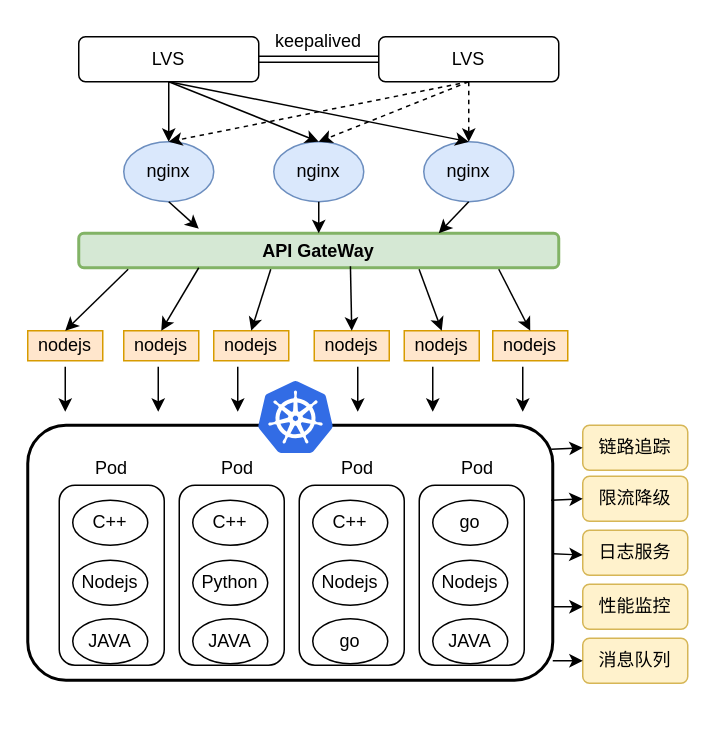
Earlier version of the draw.io diagram 网络.drawio (tong3jie/islogin). Source tidied: cells renumbered, new cells numbered last; positions are measured from the earlier drawing's top-left corner, leaving out a move shared by most shapes. Both pictures are drawn from the tidied source at 150%, with x=0, y=0 at pixel (27, 26).
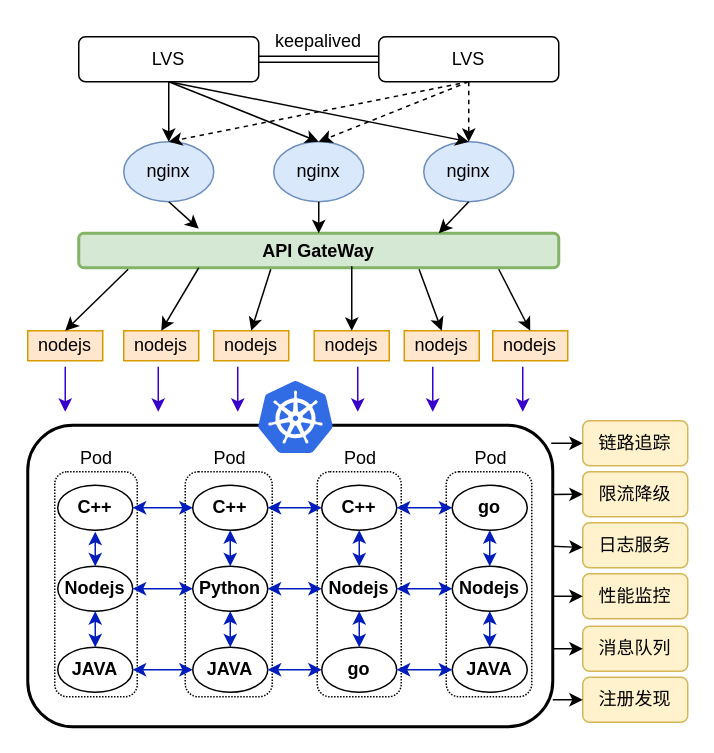
The same diagram, later.

Unchanged cells that the change refers to:
```xml
<mxCell id="12" value="nodejs" style="rounded=0;whiteSpace=wrap;html=1;fillColor=#ffe6cc;strokeColor=#d79b00;" parent="1" vertex="1">
  <mxGeometry x="191" y="203" width="50" height="20" as="geometry" />
</mxCell>
<mxCell id="48" value="&lt;b&gt;API GateWay&lt;/b&gt;" style="rounded=1;whiteSpace=wrap;html=1;strokeWidth=2;fillColor=#d5e8d4;strokeColor=#82b366;" parent="1" vertex="1">
  <mxGeometry x="34" y="138" width="320" height="23" as="geometry" />
</mxCell>
```

Change to the diagram source:
```diff
@@
     <mxCell id="21" style="rounded=1;whiteSpace=wrap;html=1;strokeWidth=2;" parent="1" vertex="1">
-      <mxGeometry y="266" width="350" height="170" as="geometry" />
+      <mxGeometry y="266" width="350" height="201" as="geometry" />
     </mxCell>
@@
     <mxCell id="23" value="链路追踪" style="rounded=1;whiteSpace=wrap;html=1;fillColor=#fff2cc;strokeColor=#d6b656;" parent="1" vertex="1">
-      <mxGeometry x="370" y="266" width="70" height="30" as="geometry" />
+      <mxGeometry x="370" y="263" width="70" height="30" as="geometry" />
     </mxCell>
     <mxCell id="24" value="限流降级" style="rounded=1;whiteSpace=wrap;html=1;fillColor=#fff2cc;strokeColor=#d6b656;" parent="1" vertex="1">
-      <mxGeometry x="370" y="300" width="70" height="30" as="geometry" />
+      <mxGeometry x="370" y="297" width="70" height="30" as="geometry" />
     </mxCell>
     <mxCell id="25" value="日志服务" style="rounded=1;whiteSpace=wrap;html=1;fillColor=#fff2cc;strokeColor=#d6b656;" parent="1" vertex="1">
-      <mxGeometry x="370" y="336" width="70" height="30" as="geometry" />
+      <mxGeometry x="370" y="331" width="70" height="30" as="geometry" />
     </mxCell>
     <mxCell id="26" value="性能监控" style="rounded=1;whiteSpace=wrap;html=1;fillColor=#fff2cc;strokeColor=#d6b656;" parent="1" vertex="1">
-      <mxGeometry x="370" y="372" width="70" height="30" as="geometry" />
+      <mxGeometry x="370" y="365" width="70" height="30" as="geometry" />
     </mxCell>
     <mxCell id="27" value="消息队列" style="rounded=1;whiteSpace=wrap;html=1;fillColor=#fff2cc;strokeColor=#d6b656;" parent="1" vertex="1">
-      <mxGeometry x="370" y="408" width="70" height="30" as="geometry" />
+      <mxGeometry x="370" y="400" width="70" height="30" as="geometry" />
     </mxCell>
-    <mxCell id="28" style="rounded=1;whiteSpace=wrap;html=1;" parent="1" vertex="1">
-      <mxGeometry x="21" y="306" width="70" height="120" as="geometry" />
+    <mxCell id="28" style="rounded=1;whiteSpace=wrap;html=1;dashed=1;dashPattern=1 1;" parent="1" vertex="1">
+      <mxGeometry x="18" y="297" width="55" height="150" as="geometry" />
     </mxCell>
-    <mxCell id="29" style="rounded=1;whiteSpace=wrap;html=1;" parent="1" vertex="1">
-      <mxGeometry x="101" y="306" width="70" height="120" as="geometry" />
+    <mxCell id="29" style="rounded=1;whiteSpace=wrap;html=1;dashed=1;dashPattern=1 1;" parent="1" vertex="1">
+      <mxGeometry x="105" y="297" width="58" height="150" as="geometry" />
     </mxCell>
-    <mxCell id="30" style="rounded=1;whiteSpace=wrap;html=1;" parent="1" vertex="1">
-      <mxGeometry x="181" y="306" width="70" height="120" as="geometry" />
+    <mxCell id="30" style="rounded=1;whiteSpace=wrap;html=1;dashed=1;dashPattern=1 1;" parent="1" vertex="1">
+      <mxGeometry x="193" y="297" width="56" height="150" as="geometry" />
     </mxCell>
-    <mxCell id="31" style="rounded=1;whiteSpace=wrap;html=1;" parent="1" vertex="1">
-      <mxGeometry x="261" y="306" width="70" height="120" as="geometry" />
+    <mxCell id="31" style="rounded=1;whiteSpace=wrap;html=1;dashed=1;dashPattern=1 1;" parent="1" vertex="1">
+      <mxGeometry x="279" y="297" width="57" height="150" as="geometry" />
     </mxCell>
     <mxCell id="32" value="Pod" style="text;html=1;strokeColor=none;fillColor=none;align=center;verticalAlign=middle;whiteSpace=wrap;rounded=0;" parent="1" vertex="1">
-      <mxGeometry x="36" y="285" width="40" height="20" as="geometry" />
+      <mxGeometry x="26" y="278" width="40" height="20" as="geometry" />
     </mxCell>
     <mxCell id="33" value="Pod" style="text;html=1;strokeColor=none;fillColor=none;align=center;verticalAlign=middle;whiteSpace=wrap;rounded=0;" parent="1" vertex="1">
-      <mxGeometry x="120" y="285" width="40" height="20" as="geometry" />
+      <mxGeometry x="115" y="278" width="40" height="20" as="geometry" />
     </mxCell>
     <mxCell id="34" value="Pod" style="text;html=1;strokeColor=none;fillColor=none;align=center;verticalAlign=middle;whiteSpace=wrap;rounded=0;" parent="1" vertex="1">
-      <mxGeometry x="200" y="285" width="40" height="20" as="geometry" />
+      <mxGeometry x="202" y="278" width="40" height="20" as="geometry" />
     </mxCell>
     <mxCell id="35" value="Pod" style="text;html=1;strokeColor=none;fillColor=none;align=center;verticalAlign=middle;whiteSpace=wrap;rounded=0;" parent="1" vertex="1">
-      <mxGeometry x="280" y="285" width="40" height="20" as="geometry" />
+      <mxGeometry x="289" y="278" width="40" height="20" as="geometry" />
     </mxCell>
-    <mxCell id="36" value="C++" style="ellipse;whiteSpace=wrap;html=1;" parent="1" vertex="1">
-      <mxGeometry x="30" y="316" width="50" height="30" as="geometry" />
+    <mxCell id="36" value="C++" style="ellipse;whiteSpace=wrap;html=1;fontStyle=1;" parent="1" vertex="1">
+      <mxGeometry x="20" y="306" width="50" height="30" as="geometry" />
     </mxCell>
-    <mxCell id="37" value="Nodejs" style="ellipse;whiteSpace=wrap;html=1;" parent="1" vertex="1">
-      <mxGeometry x="30" y="356" width="50" height="30" as="geometry" />
+    <mxCell id="37" value="Nodejs" style="ellipse;whiteSpace=wrap;html=1;fontStyle=1;" parent="1" vertex="1">
+      <mxGeometry x="20" y="360" width="50" height="30" as="geometry" />
     </mxCell>
-    <mxCell id="38" value="JAVA" style="ellipse;whiteSpace=wrap;html=1;" parent="1" vertex="1">
-      <mxGeometry x="30" y="395" width="50" height="30" as="geometry" />
+    <mxCell id="38" value="JAVA" style="ellipse;whiteSpace=wrap;html=1;fontStyle=1;" parent="1" vertex="1">
+      <mxGeometry x="20" y="414" width="50" height="30" as="geometry" />
     </mxCell>
-    <mxCell id="39" value="Python" style="ellipse;whiteSpace=wrap;html=1;" parent="1" vertex="1">
-      <mxGeometry x="110" y="356" width="50" height="30" as="geometry" />
+    <mxCell id="39" value="Python" style="ellipse;whiteSpace=wrap;html=1;fontStyle=1;" parent="1" vertex="1">
+      <mxGeometry x="110" y="360" width="50" height="30" as="geometry" />
     </mxCell>
-    <mxCell id="40" value="C++" style="ellipse;whiteSpace=wrap;html=1;" parent="1" vertex="1">
-      <mxGeometry x="110" y="316" width="50" height="30" as="geometry" />
+    <mxCell id="40" value="C++" style="ellipse;whiteSpace=wrap;html=1;fontStyle=1;" parent="1" vertex="1">
+      <mxGeometry x="110" y="306" width="50" height="30" as="geometry" />
     </mxCell>
-    <mxCell id="41" value="JAVA" style="ellipse;whiteSpace=wrap;html=1;" parent="1" vertex="1">
-      <mxGeometry x="110" y="395" width="50" height="30" as="geometry" />
+    <mxCell id="41" value="JAVA" style="ellipse;whiteSpace=wrap;html=1;fontStyle=1;" parent="1" vertex="1">
+      <mxGeometry x="110" y="414" width="50" height="30" as="geometry" />
     </mxCell>
-    <mxCell id="42" value="Nodejs" style="ellipse;whiteSpace=wrap;html=1;" parent="1" vertex="1">
-      <mxGeometry x="190" y="356" width="50" height="30" as="geometry" />
+    <mxCell id="42" value="Nodejs" style="ellipse;whiteSpace=wrap;html=1;fontStyle=1;" parent="1" vertex="1">
+      <mxGeometry x="196" y="360" width="50" height="30" as="geometry" />
     </mxCell>
-    <mxCell id="43" value="C++" style="ellipse;whiteSpace=wrap;html=1;" parent="1" vertex="1">
-      <mxGeometry x="190" y="316" width="50" height="30" as="geometry" />
+    <mxCell id="43" value="C++" style="ellipse;whiteSpace=wrap;html=1;fontStyle=1;" parent="1" vertex="1">
+      <mxGeometry x="196" y="306" width="50" height="30" as="geometry" />
     </mxCell>
-    <mxCell id="44" value="go" style="ellipse;whiteSpace=wrap;html=1;" parent="1" vertex="1">
-      <mxGeometry x="190" y="395" width="50" height="30" as="geometry" />
+    <mxCell id="44" value="go" style="ellipse;whiteSpace=wrap;html=1;fontStyle=1;" parent="1" vertex="1">
+      <mxGeometry x="196" y="414" width="50" height="30" as="geometry" />
     </mxCell>
-    <mxCell id="45" value="Nodejs" style="ellipse;whiteSpace=wrap;html=1;" parent="1" vertex="1">
-      <mxGeometry x="270" y="356" width="50" height="30" as="geometry" />
+    <mxCell id="45" value="Nodejs" style="ellipse;whiteSpace=wrap;html=1;fontStyle=1;" parent="1" vertex="1">
+      <mxGeometry x="283" y="360" width="50" height="30" as="geometry" />
     </mxCell>
-    <mxCell id="46" value="go" style="ellipse;whiteSpace=wrap;html=1;" parent="1" vertex="1">
-      <mxGeometry x="270" y="316" width="50" height="30" as="geometry" />
+    <mxCell id="46" value="go" style="ellipse;whiteSpace=wrap;html=1;fontStyle=1;" parent="1" vertex="1">
+      <mxGeometry x="283" y="306" width="50" height="30" as="geometry" />
     </mxCell>
-    <mxCell id="47" value="JAVA" style="ellipse;whiteSpace=wrap;html=1;" parent="1" vertex="1">
-      <mxGeometry x="270" y="395" width="50" height="30" as="geometry" />
+    <mxCell id="47" value="JAVA" style="ellipse;whiteSpace=wrap;html=1;fontStyle=1;" parent="1" vertex="1">
+      <mxGeometry x="283" y="414" width="50" height="30" as="geometry" />
     </mxCell>
@@
-    <mxCell id="57" style="endArrow=classic;html=1;entryX=0.5;entryY=0;entryDx=0;entryDy=0;exitX=0.566;exitY=0.957;exitDx=0;exitDy=0;exitPerimeter=0;" parent="1" edge="1" source="48" target="12">
-      <mxGeometry relative="1" as="geometry" />
+    <mxCell id="57" style="endArrow=classic;html=1;entryX=0.5;entryY=0;entryDx=0;entryDy=0;" parent="1" edge="1" target="12">
+      <mxGeometry relative="1" as="geometry">
+        <mxPoint x="216" y="160" as="sourcePoint" />
+      </mxGeometry>
     </mxCell>
-    <mxCell id="58" style="endArrow=classic;html=1;" parent="1" edge="1">
+    <mxCell id="58" style="endArrow=classic;html=1;fillColor=#6a00ff;strokeColor=#3700CC;" parent="1" edge="1">
       <mxGeometry relative="1" as="geometry">
         <mxPoint x="25" y="227" as="sourcePoint" />
         <mxPoint x="25" y="257" as="targetPoint" />
       </mxGeometry>
     </mxCell>
-    <mxCell id="59" style="endArrow=classic;html=1;" parent="1" edge="1">
+    <mxCell id="59" style="endArrow=classic;html=1;fillColor=#6a00ff;strokeColor=#3700CC;" parent="1" edge="1">
       <mxGeometry relative="1" as="geometry">
         <mxPoint x="87" y="227" as="sourcePoint" />
         <mxPoint x="87" y="257" as="targetPoint" />
       </mxGeometry>
     </mxCell>
-    <mxCell id="60" style="endArrow=classic;html=1;" parent="1" edge="1">
+    <mxCell id="60" style="endArrow=classic;html=1;fillColor=#6a00ff;strokeColor=#3700CC;" parent="1" edge="1">
       <mxGeometry relative="1" as="geometry">
         <mxPoint x="140" y="227" as="sourcePoint" />
         <mxPoint x="140" y="257" as="targetPoint" />
       </mxGeometry>
     </mxCell>
-    <mxCell id="61" style="endArrow=classic;html=1;" parent="1" edge="1">
+    <mxCell id="61" style="endArrow=classic;html=1;fillColor=#6a00ff;strokeColor=#3700CC;" parent="1" edge="1">
       <mxGeometry relative="1" as="geometry">
         <mxPoint x="220" y="227" as="sourcePoint" />
         <mxPoint x="220" y="257" as="targetPoint" />
       </mxGeometry>
     </mxCell>
-    <mxCell id="62" style="endArrow=classic;html=1;" parent="1" edge="1">
+    <mxCell id="62" style="endArrow=classic;html=1;fillColor=#6a00ff;strokeColor=#3700CC;" parent="1" edge="1">
       <mxGeometry relative="1" as="geometry">
         <mxPoint x="270" y="227" as="sourcePoint" />
         <mxPoint x="270" y="257" as="targetPoint" />
       </mxGeometry>
     </mxCell>
-    <mxCell id="63" style="endArrow=classic;html=1;" parent="1" edge="1">
+    <mxCell id="63" style="endArrow=classic;html=1;fillColor=#6a00ff;strokeColor=#3700CC;" parent="1" edge="1">
       <mxGeometry relative="1" as="geometry">
         <mxPoint x="330" y="227" as="sourcePoint" />
         <mxPoint x="330" y="257" as="targetPoint" />
       </mxGeometry>
     </mxCell>
-    <mxCell id="64" style="endArrow=classic;html=1;exitX=0.997;exitY=0.094;exitDx=0;exitDy=0;exitPerimeter=0;entryX=0;entryY=0.5;entryDx=0;entryDy=0;" parent="1" edge="1" source="21" target="23">
-      <mxGeometry relative="1" as="geometry" />
+    <mxCell id="64" style="endArrow=classic;html=1;entryX=0;entryY=0.5;entryDx=0;entryDy=0;" parent="1" edge="1" target="23">
+      <mxGeometry relative="1" as="geometry">
+        <mxPoint x="349" y="278" as="sourcePoint" />
+      </mxGeometry>
     </mxCell>
-    <mxCell id="65" style="endArrow=classic;html=1;entryX=0;entryY=0.5;entryDx=0;entryDy=0;exitX=0.997;exitY=0.294;exitDx=0;exitDy=0;exitPerimeter=0;" parent="1" edge="1" source="21" target="24">
-      <mxGeometry relative="1" as="geometry" />
+    <mxCell id="65" style="endArrow=classic;html=1;entryX=0;entryY=0.5;entryDx=0;entryDy=0;exitX=1;exitY=0.304;exitDx=0;exitDy=0;exitPerimeter=0;" parent="1" edge="1" target="24">
+      <mxGeometry relative="1" as="geometry">
+        <mxPoint x="350" y="312.1" as="sourcePoint" />
+      </mxGeometry>
     </mxCell>
     <mxCell id="66" style="endArrow=classic;html=1;entryX=0;entryY=0.75;entryDx=0;entryDy=0;" parent="1" edge="1">
       <mxGeometry relative="1" as="geometry">
-        <mxPoint x="350" y="351.7" as="sourcePoint" />
-        <mxPoint x="370" y="352.5" as="targetPoint" />
+        <mxPoint x="350" y="346.7" as="sourcePoint" />
+        <mxPoint x="370" y="347.5" as="targetPoint" />
       </mxGeometry>
     </mxCell>
     <mxCell id="67" style="endArrow=classic;html=1;entryX=0;entryY=0.5;entryDx=0;entryDy=0;" parent="1" edge="1" target="26">
       <mxGeometry relative="1" as="geometry">
-        <mxPoint x="350" y="387" as="sourcePoint" />
+        <mxPoint x="350" y="380" as="sourcePoint" />
       </mxGeometry>
     </mxCell>
     <mxCell id="68" style="endArrow=classic;html=1;entryX=0;entryY=0.5;entryDx=0;entryDy=0;" parent="1" edge="1" target="27">
       <mxGeometry relative="1" as="geometry">
-        <mxPoint x="350" y="423" as="sourcePoint" />
+        <mxPoint x="350" y="415" as="sourcePoint" />
       </mxGeometry>
     </mxCell>
+    <mxCell id="69" style="endArrow=classic;startArrow=classic;html=1;exitX=1;exitY=0.5;exitDx=0;exitDy=0;entryX=0;entryY=0.5;entryDx=0;entryDy=0;fillColor=#0050ef;strokeColor=#001DBC;" parent="1" edge="1" source="36" target="40">
+      <mxGeometry relative="1" as="geometry" />
+    </mxCell>
+    <mxCell id="70" style="endArrow=classic;startArrow=classic;html=1;entryX=0;entryY=0.5;entryDx=0;entryDy=0;exitX=1;exitY=0.5;exitDx=0;exitDy=0;fillColor=#0050ef;strokeColor=#001DBC;" parent="1" edge="1" source="37" target="39">
+      <mxGeometry relative="1" as="geometry" />
+    </mxCell>
+    <mxCell id="71" style="endArrow=classic;startArrow=classic;html=1;entryX=0;entryY=0.5;entryDx=0;entryDy=0;exitX=1;exitY=0.5;exitDx=0;exitDy=0;fillColor=#0050ef;strokeColor=#001DBC;" parent="1" edge="1" source="38" target="41">
+      <mxGeometry relative="1" as="geometry" />
+    </mxCell>
+    <mxCell id="72" style="endArrow=classic;startArrow=classic;html=1;entryX=0;entryY=0.5;entryDx=0;entryDy=0;exitX=1;exitY=0.5;exitDx=0;exitDy=0;fillColor=#0050ef;strokeColor=#001DBC;" parent="1" edge="1" source="40" target="43">
+      <mxGeometry relative="1" as="geometry" />
+    </mxCell>
+    <mxCell id="73" style="endArrow=classic;startArrow=classic;html=1;entryX=0;entryY=0.5;entryDx=0;entryDy=0;exitX=1;exitY=0.5;exitDx=0;exitDy=0;fillColor=#0050ef;strokeColor=#001DBC;" parent="1" edge="1" source="39" target="42">
+      <mxGeometry relative="1" as="geometry" />
+    </mxCell>
+    <mxCell id="74" style="endArrow=classic;startArrow=classic;html=1;entryX=0;entryY=0.5;entryDx=0;entryDy=0;exitX=1;exitY=0.5;exitDx=0;exitDy=0;fillColor=#0050ef;strokeColor=#001DBC;" parent="1" edge="1" source="41" target="44">
+      <mxGeometry relative="1" as="geometry" />
+    </mxCell>
+    <mxCell id="75" style="endArrow=classic;startArrow=classic;html=1;entryX=0;entryY=0.5;entryDx=0;entryDy=0;exitX=1;exitY=0.5;exitDx=0;exitDy=0;fillColor=#0050ef;strokeColor=#001DBC;" parent="1" edge="1" source="43">
+      <mxGeometry relative="1" as="geometry">
+        <mxPoint x="283" y="321" as="targetPoint" />
+      </mxGeometry>
+    </mxCell>
+    <mxCell id="76" style="endArrow=classic;startArrow=classic;html=1;entryX=0;entryY=0.5;entryDx=0;entryDy=0;exitX=1;exitY=0.5;exitDx=0;exitDy=0;fillColor=#0050ef;strokeColor=#001DBC;" parent="1" edge="1" source="42">
+      <mxGeometry relative="1" as="geometry">
+        <mxPoint x="283" y="375" as="targetPoint" />
+      </mxGeometry>
+    </mxCell>
+    <mxCell id="77" style="endArrow=classic;startArrow=classic;html=1;entryX=0;entryY=0.5;entryDx=0;entryDy=0;exitX=1;exitY=0.5;exitDx=0;exitDy=0;fillColor=#0050ef;strokeColor=#001DBC;" parent="1" edge="1" source="44">
+      <mxGeometry relative="1" as="geometry">
+        <mxPoint x="283" y="429" as="targetPoint" />
+      </mxGeometry>
+    </mxCell>
+    <mxCell id="78" style="endArrow=classic;startArrow=classic;html=1;exitX=0.5;exitY=0;exitDx=0;exitDy=0;fillColor=#0050ef;strokeColor=#001DBC;" parent="1" edge="1" source="37">
+      <mxGeometry relative="1" as="geometry">
+        <mxPoint x="45" y="337" as="targetPoint" />
+      </mxGeometry>
+    </mxCell>
+    <mxCell id="79" style="endArrow=classic;startArrow=classic;html=1;entryX=0.5;entryY=1;entryDx=0;entryDy=0;exitX=0.5;exitY=0;exitDx=0;exitDy=0;fillColor=#0050ef;strokeColor=#001DBC;" parent="1" edge="1" source="42" target="43">
+      <mxGeometry relative="1" as="geometry" />
+    </mxCell>
+    <mxCell id="80" style="endArrow=classic;startArrow=classic;html=1;entryX=0.5;entryY=1;entryDx=0;entryDy=0;exitX=0.5;exitY=0;exitDx=0;exitDy=0;fillColor=#0050ef;strokeColor=#001DBC;" parent="1" edge="1" source="45" target="46">
+      <mxGeometry relative="1" as="geometry" />
+    </mxCell>
+    <mxCell id="81" style="endArrow=classic;startArrow=classic;html=1;entryX=0.5;entryY=1;entryDx=0;entryDy=0;exitX=0.5;exitY=0;exitDx=0;exitDy=0;fillColor=#0050ef;strokeColor=#001DBC;" parent="1" edge="1" source="38" target="37">
+      <mxGeometry relative="1" as="geometry" />
+    </mxCell>
+    <mxCell id="82" style="endArrow=classic;startArrow=classic;html=1;entryX=0.5;entryY=1;entryDx=0;entryDy=0;exitX=0.5;exitY=0;exitDx=0;exitDy=0;fillColor=#0050ef;strokeColor=#001DBC;" parent="1" edge="1" source="41" target="39">
+      <mxGeometry relative="1" as="geometry" />
+    </mxCell>
+    <mxCell id="83" style="endArrow=classic;startArrow=classic;html=1;entryX=0.5;entryY=1;entryDx=0;entryDy=0;exitX=0.5;exitY=0;exitDx=0;exitDy=0;fillColor=#0050ef;strokeColor=#001DBC;" parent="1" edge="1" source="44" target="42">
+      <mxGeometry relative="1" as="geometry" />
+    </mxCell>
+    <mxCell id="84" style="endArrow=classic;startArrow=classic;html=1;entryX=0.5;entryY=1;entryDx=0;entryDy=0;exitX=0.5;exitY=0;exitDx=0;exitDy=0;fillColor=#0050ef;strokeColor=#001DBC;" parent="1" edge="1" source="47" target="45">
+      <mxGeometry relative="1" as="geometry" />
+    </mxCell>
+    <mxCell id="85" style="endArrow=classic;startArrow=classic;html=1;entryX=0.5;entryY=1;entryDx=0;entryDy=0;exitX=0.5;exitY=0;exitDx=0;exitDy=0;fillColor=#0050ef;strokeColor=#001DBC;" parent="1" edge="1" source="39" target="40">
+      <mxGeometry relative="1" as="geometry" />
+    </mxCell>
+    <mxCell id="86" value="注册发现" style="rounded=1;whiteSpace=wrap;html=1;fillColor=#fff2cc;strokeColor=#d6b656;" parent="1" vertex="1">
+      <mxGeometry x="370" y="434" width="70" height="30" as="geometry" />
+    </mxCell>
+    <mxCell id="87" style="endArrow=classic;html=1;entryX=0;entryY=0.5;entryDx=0;entryDy=0;" parent="1" edge="1" target="86">
+      <mxGeometry relative="1" as="geometry">
+        <mxPoint x="350" y="449" as="sourcePoint" />
+      </mxGeometry>
+    </mxCell>
```
